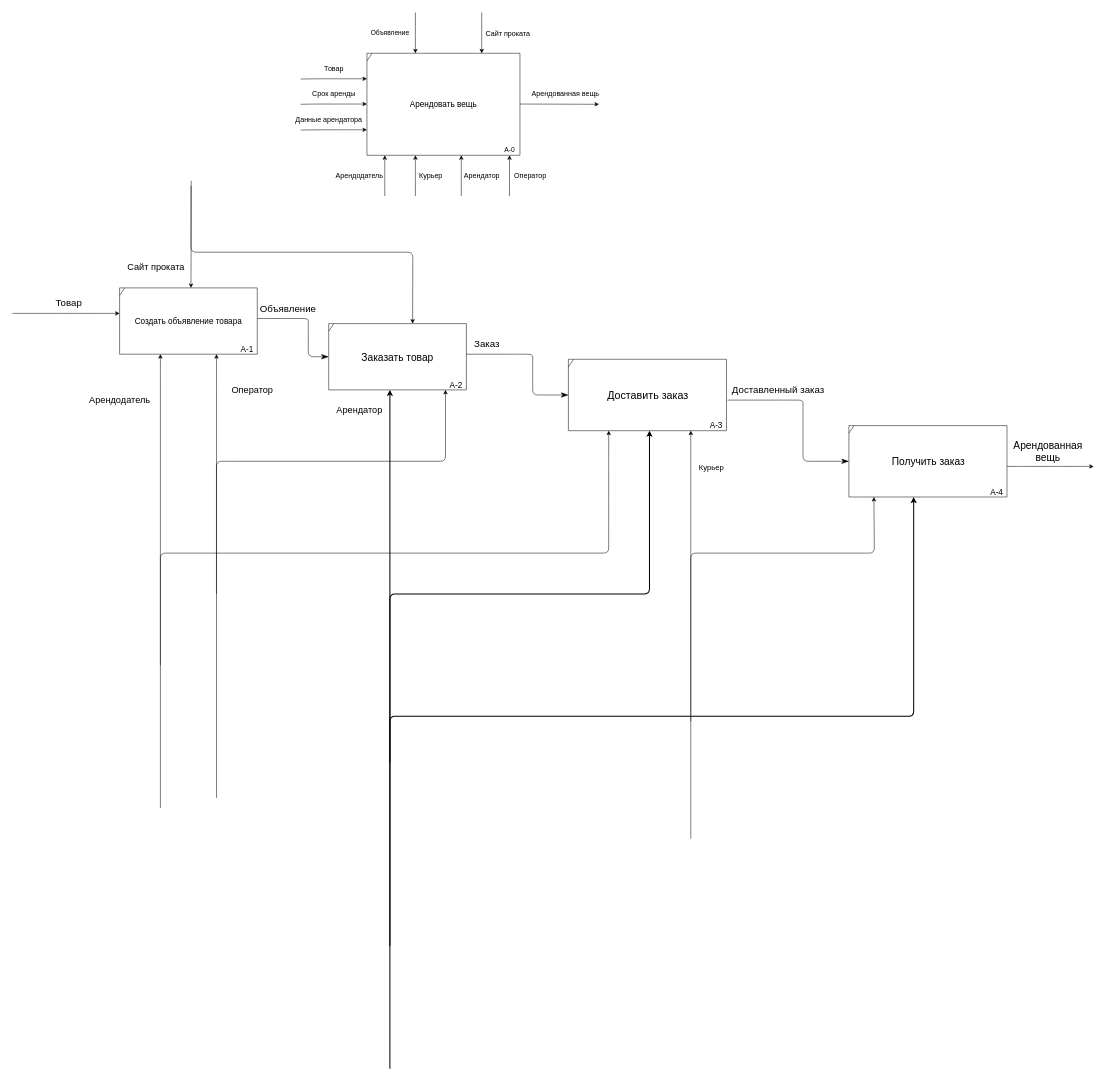
Above: Lab7/Lab7.drawio in BozrikovDanila/ModelingOfProcessesAndSystems (draw.io), before the change. Source tidied: cells renumbered, new cells numbered last; positions are measured from the earlier drawing's top-left corner, leaving out a move shared by most shapes. Both pictures are drawn from the tidied source at 51%, with x=0, y=0 at pixel (12, 12).
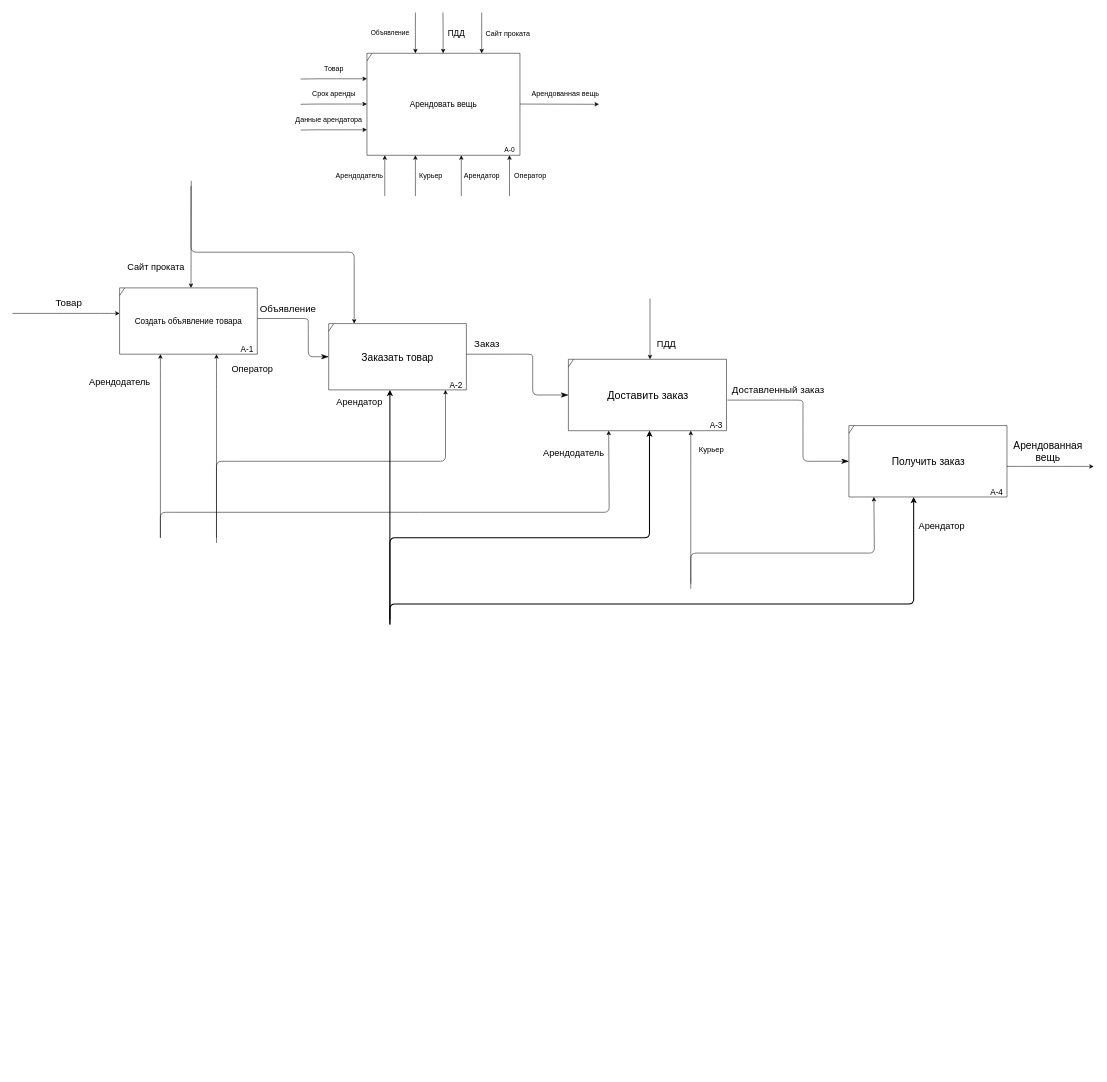
The same diagram, later.

Unchanged cells that the change refers to:
```xml
<mxCell id="35" style="shape=umlFrame;whiteSpace=wrap;html=1;width=10;height=15;fontSize=16;" parent="1" vertex="1">
  <mxGeometry x="1090" y="680" width="310" height="140" as="geometry" />
</mxCell>
```

Change to the diagram source:
```diff
@@
     <mxCell id="21" value="&lt;font style=&quot;font-size: 18px&quot;&gt;Арендодатель&lt;/font&gt;" style="endArrow=classic;html=1;strokeWidth=1;" parent="1" edge="1">
       <mxGeometry x="0.7" y="80" relative="1" as="geometry">
-        <mxPoint x="290" y="1280" as="sourcePoint" />
+        <mxPoint x="290" y="1030" as="sourcePoint" />
         <mxPoint x="290" y="670" as="targetPoint" />
         <Array as="points">
           <mxPoint x="290" y="710" />
         </Array>
       </mxGeometry>
     </mxCell>
     <mxCell id="22" value="&lt;font style=&quot;font-size: 18px&quot;&gt;Оператор&lt;/font&gt;" style="endArrow=classic;html=1;" parent="1" edge="1">
       <mxGeometry x="0.84" y="-70" relative="1" as="geometry">
-        <mxPoint x="400" y="1540" as="sourcePoint" />
+        <mxPoint x="400" y="1040" as="sourcePoint" />
         <mxPoint x="400" y="670" as="targetPoint" />
         <Array as="points">
           <mxPoint x="400" y="730" />
           <mxPoint x="400" y="690" />
         </Array>
       </mxGeometry>
     </mxCell>
@@
     <mxCell id="29" style="endArrow=classic;html=1;" parent="1" edge="1">
       <mxGeometry relative="1" as="geometry">
         <mxPoint x="350" y="340" as="sourcePoint" />
-        <mxPoint x="784.5" y="610" as="targetPoint" />
+        <mxPoint x="670" y="610" as="targetPoint" />
         <Array as="points">
           <mxPoint x="350" y="470" />
-          <mxPoint x="785" y="470" />
+          <mxPoint x="670" y="470" />
         </Array>
       </mxGeometry>
     </mxCell>
-    <mxCell id="30" value="&lt;font style=&quot;font-size: 18px&quot;&gt;Арендатор&lt;/font&gt;" style="endArrow=classic;html=1;strokeWidth=2;" parent="1" edge="1">
+    <mxCell id="30" value="&lt;span style=&quot;font-size: 18px&quot;&gt;Арендатор&lt;/span&gt;" style="endArrow=classic;html=1;strokeWidth=2;" parent="1" edge="1">
       <mxGeometry x="0.89" y="60" relative="1" as="geometry">
-        <mxPoint x="740" y="1471" as="sourcePoint" />
+        <mxPoint x="740" y="1200" as="sourcePoint" />
         <mxPoint x="740" y="740" as="targetPoint" />
         <Array as="points">
           <mxPoint x="740" y="780" />
         </Array>
       </mxGeometry>
     </mxCell>
@@
     <mxCell id="34" style="endArrow=classic;html=1;fontSize=16;" parent="1" edge="1">
       <mxGeometry x="0.82" y="-40" relative="1" as="geometry">
-        <mxPoint x="400" y="1140" as="sourcePoint" />
+        <mxPoint x="400" y="1030" as="sourcePoint" />
         <mxPoint x="849" y="740" as="targetPoint" />
         <Array as="points">
           <mxPoint x="400" y="880" />
           <mxPoint x="430" y="880" />
           <mxPoint x="849" y="880" />
         </Array>
       </mxGeometry>
     </mxCell>
@@
     <mxCell id="37" value="&lt;font style=&quot;font-size: 15px&quot;&gt;Курьер&lt;/font&gt;" style="endArrow=classic;html=1;" parent="1" edge="1">
       <mxGeometry x="0.75" y="-40" relative="1" as="geometry">
-        <mxPoint x="1330" y="1390" as="sourcePoint" />
+        <mxPoint x="1330" y="1120" as="sourcePoint" />
         <mxPoint x="1330" y="820" as="targetPoint" />
         <Array as="points">
           <mxPoint x="1330" y="860" />
         </Array>
       </mxGeometry>
     </mxCell>
@@
-    <mxCell id="39" style="endArrow=classic;html=1;entryX=0.255;entryY=1;entryDx=0;entryDy=0;entryPerimeter=0;" parent="1" edge="1" target="35">
-      <mxGeometry x="0.65" y="50" relative="1" as="geometry">
-        <mxPoint x="290" y="1560" as="sourcePoint" />
+    <mxCell id="39" value="&#10;&#10;&lt;span style=&quot;color: rgb(0, 0, 0); font-family: helvetica; font-size: 18px; font-style: normal; font-weight: 400; letter-spacing: normal; text-align: center; text-indent: 0px; text-transform: none; word-spacing: 0px; background-color: rgb(255, 255, 255); display: inline; float: none;&quot;&gt;Арендодатель&lt;/span&gt;&#10;&#10;" style="endArrow=classic;html=1;entryX=0.255;entryY=1;entryDx=0;entryDy=0;entryPerimeter=0;" parent="1" edge="1" target="35">
+      <mxGeometry x="0.92" y="69" relative="1" as="geometry">
+        <mxPoint x="290" y="1030" as="sourcePoint" />
         <Array as="points">
-          <mxPoint x="290" y="1060" />
-          <mxPoint x="1169" y="1060" />
+          <mxPoint x="290" y="980" />
+          <mxPoint x="310" y="980" />
+          <mxPoint x="350" y="980" />
+          <mxPoint x="810" y="980" />
+          <mxPoint x="1170" y="980" />
         </Array>
       </mxGeometry>
     </mxCell>
     <mxCell id="40" style="endArrow=classic;html=1;strokeWidth=2;" parent="1" edge="1">
       <mxGeometry x="0.89" y="50" relative="1" as="geometry">
-        <mxPoint x="740" y="1831" as="sourcePoint" />
+        <mxPoint x="740" y="1200" as="sourcePoint" />
         <mxPoint x="1249" y="820" as="targetPoint" />
         <Array as="points">
-          <mxPoint x="740" y="1140" />
-          <mxPoint x="1249" y="1140" />
+          <mxPoint x="740" y="1030" />
+          <mxPoint x="1249" y="1030" />
         </Array>
       </mxGeometry>
     </mxCell>
@@
     <mxCell id="46" style="endArrow=classic;html=1;" parent="1" edge="1">
       <mxGeometry x="0.75" y="-40" relative="1" as="geometry">
-        <mxPoint x="1330" y="1620" as="sourcePoint" />
+        <mxPoint x="1330" y="1130" as="sourcePoint" />
         <mxPoint x="1689" y="950" as="targetPoint" />
         <Array as="points">
           <mxPoint x="1330" y="1060" />
           <mxPoint x="1690" y="1060" />
         </Array>
       </mxGeometry>
     </mxCell>
     <mxCell id="47" style="endArrow=classic;html=1;strokeWidth=2;" parent="1" edge="1">
       <mxGeometry x="0.89" y="50" relative="1" as="geometry">
-        <mxPoint x="740" y="2071" as="sourcePoint" />
+        <mxPoint x="740" y="1190" as="sourcePoint" />
         <mxPoint x="1767" y="950" as="targetPoint" />
         <Array as="points">
-          <mxPoint x="740" y="1380" />
-          <mxPoint x="1767" y="1380" />
+          <mxPoint x="740" y="1160" />
+          <mxPoint x="1767" y="1160" />
         </Array>
       </mxGeometry>
     </mxCell>
@@
+    <mxCell id="49" value="&lt;span style=&quot;font-size: 18px&quot;&gt;ПДД&lt;/span&gt;" style="endArrow=classic;html=1;strokeWidth=1;" parent="1" edge="1">
+      <mxGeometry x="0.51" y="32" relative="1" as="geometry">
+        <mxPoint x="1250" y="561" as="sourcePoint" />
+        <mxPoint x="1250" y="680" as="targetPoint" />
+        <Array as="points">
+          <mxPoint x="1250" y="591" />
+          <mxPoint x="1250" y="641" />
+        </Array>
+      </mxGeometry>
+    </mxCell>
+    <mxCell id="50" value="&lt;font style=&quot;font-size: 16px&quot;&gt;ПДД&lt;/font&gt;" style="endArrow=classic;html=1;strokeWidth=1;" parent="1" edge="1">
+      <mxGeometry x="0.03" y="26" relative="1" as="geometry">
+        <mxPoint x="844" as="sourcePoint" />
+        <mxPoint x="844.4" y="80" as="targetPoint" />
+        <Array as="points">
+          <mxPoint x="844.4" y="41" />
+        </Array>
+      </mxGeometry>
+    </mxCell>
+    <mxCell id="51" value="&lt;span style=&quot;color: rgb(0, 0, 0); font-family: helvetica; font-size: 18px; font-style: normal; font-weight: 400; letter-spacing: normal; text-align: center; text-indent: 0px; text-transform: none; word-spacing: 0px; background-color: rgb(255, 255, 255); display: inline; float: none;&quot;&gt;Арендатор&lt;/span&gt;" style="text;whiteSpace=wrap;html=1;" parent="1" vertex="1">
+      <mxGeometry x="1775" y="990" width="120" height="30" as="geometry" />
+    </mxCell>
```
